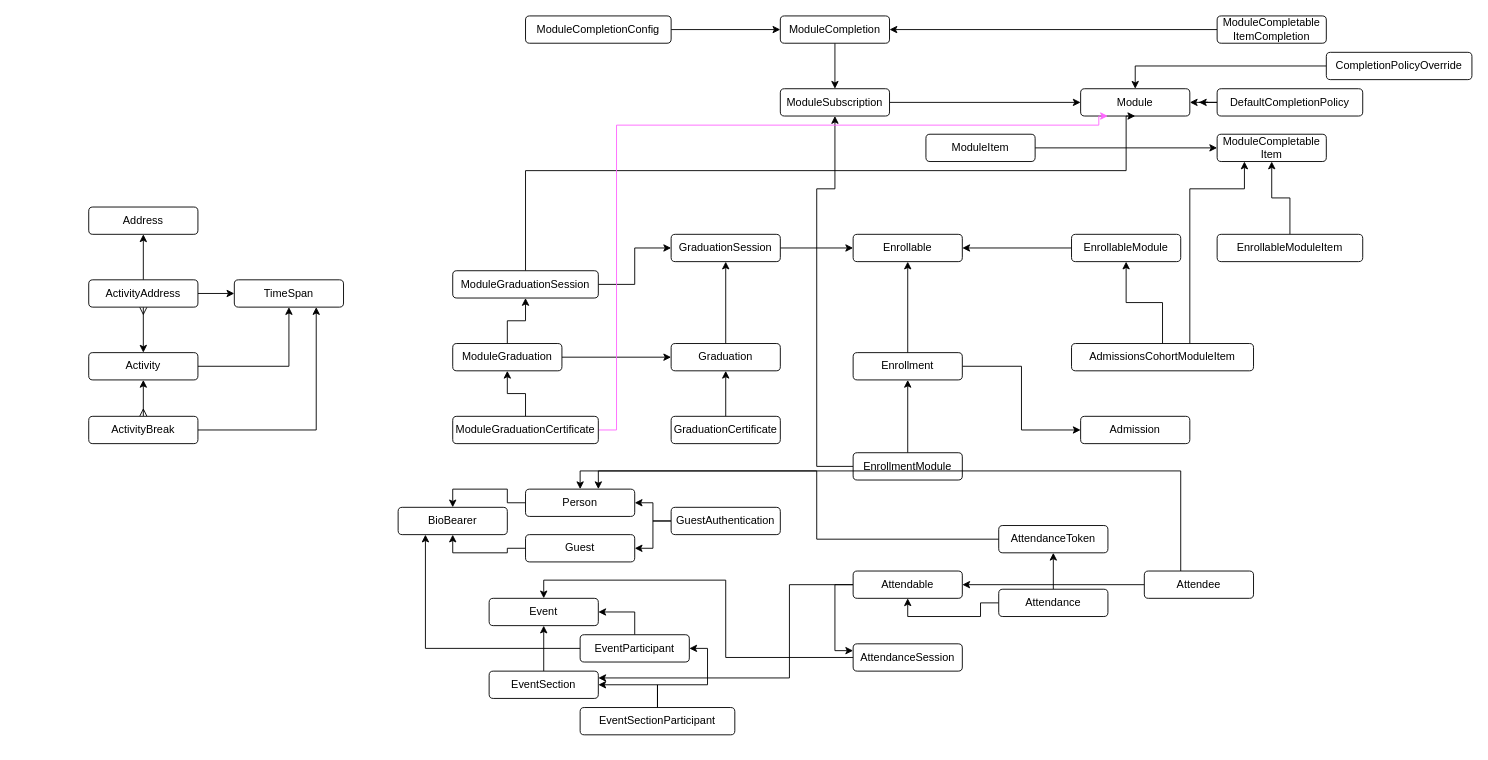
This is Untitled Diagram.drawio from nana-essah/data-abstractions, a draw.io file, before an edit. Source tidied: cells renumbered, new cells numbered last; positions are measured from the earlier drawing's top-left corner, leaving out a move shared by most shapes. Both pictures are drawn from the tidied source at 91%, with x=0, y=0 at pixel (88, 15).
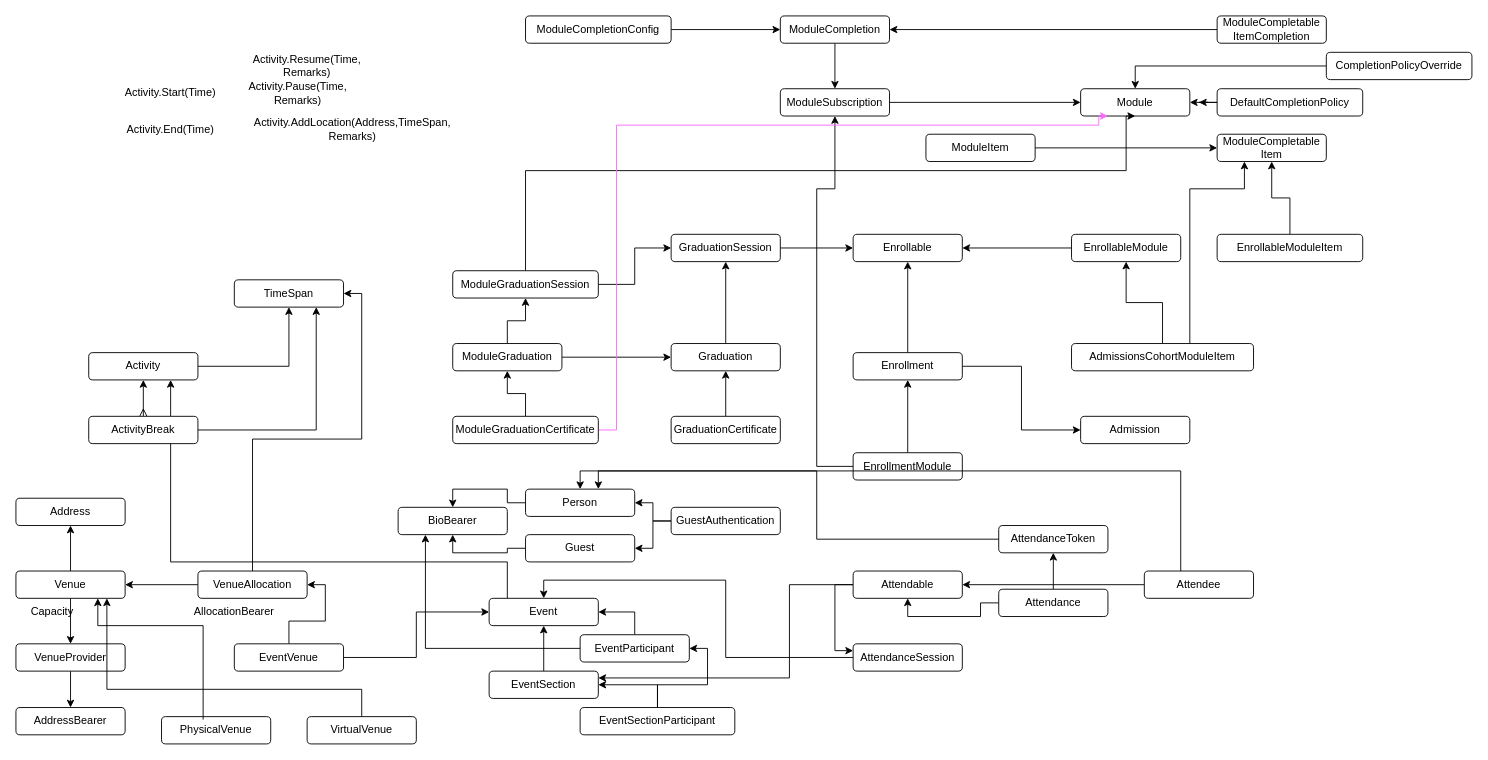
After the change.

The change refers to these unchanged cells:
```xml
<mxCell id="58" value="Event" style="rounded=1;whiteSpace=wrap;html=1;" parent="1" vertex="1">
  <mxGeometry x="440" y="640" width="120" height="30" as="geometry" />
</mxCell>
<mxCell id="80" value="Activity" style="rounded=1;whiteSpace=wrap;html=1;" parent="1" vertex="1">
  <mxGeometry y="370" width="120" height="30" as="geometry" />
</mxCell>
<mxCell id="88" value="TimeSpan" style="rounded=1;whiteSpace=wrap;html=1;" parent="1" vertex="1">
  <mxGeometry x="160" y="290" width="120" height="30" as="geometry" />
</mxCell>
```

The edit, as a diff of the source:
```diff
@@
+    <mxCell id="90" style="edgeStyle=orthogonalEdgeStyle;rounded=0;jettySize=auto;html=1;entryX=0.75;entryY=1;entryDx=0;entryDy=0;" parent="1" edge="1" source="58" target="80">
+      <mxGeometry relative="1" as="geometry">
+        <Array as="points">
+          <mxPoint x="460" y="600" />
+          <mxPoint x="90" y="600" />
+        </Array>
+      </mxGeometry>
+    </mxCell>
@@
-    <mxCell id="84" style="edgeStyle=orthogonalEdgeStyle;rounded=0;jettySize=auto;html=1;entryX=0.5;entryY=0;entryDx=0;entryDy=0;startArrow=ERmany;startFill=0;" parent="1" edge="1" source="87" target="80">
-      <mxGeometry relative="1" as="geometry" />
-    </mxCell>
-    <mxCell id="85" style="edgeStyle=orthogonalEdgeStyle;rounded=0;jettySize=auto;html=1;entryX=0;entryY=0.5;entryDx=0;entryDy=0;" parent="1" edge="1" source="87" target="88">
-      <mxGeometry relative="1" as="geometry" />
-    </mxCell>
-    <mxCell id="86" style="edgeStyle=orthogonalEdgeStyle;rounded=0;jettySize=auto;html=1;" parent="1" edge="1" source="87" target="89">
-      <mxGeometry relative="1" as="geometry" />
-    </mxCell>
-    <mxCell id="87" value="ActivityAddress" style="rounded=1;whiteSpace=wrap;html=1;" parent="1" vertex="1">
-      <mxGeometry y="290" width="120" height="30" as="geometry" />
-    </mxCell>
@@
+    <mxCell id="91" value="Activity.Start(Time)" style="text;html=1;align=center;verticalAlign=middle;whiteSpace=wrap;rounded=0;" parent="1" vertex="1">
+      <mxGeometry x="20" y="70" width="140" height="30" as="geometry" />
+    </mxCell>
+    <mxCell id="92" value="Activity.End(Time)" style="text;html=1;align=center;verticalAlign=middle;whiteSpace=wrap;rounded=0;" parent="1" vertex="1">
+      <mxGeometry x="20" y="110" width="140" height="30" as="geometry" />
+    </mxCell>
+    <mxCell id="93" value="Activity.Pause(Time, Remarks)" style="text;html=1;align=center;verticalAlign=middle;whiteSpace=wrap;rounded=0;" parent="1" vertex="1">
+      <mxGeometry x="160" y="70" width="140" height="30" as="geometry" />
+    </mxCell>
+    <mxCell id="94" value="Activity.Resume(Time, Remarks)" style="text;html=1;align=center;verticalAlign=middle;whiteSpace=wrap;rounded=0;" parent="1" vertex="1">
+      <mxGeometry x="170" y="40" width="140" height="30" as="geometry" />
+    </mxCell>
+    <mxCell id="95" value="Activity.AddLocation(Address,TimeSpan, Remarks)" style="text;html=1;align=center;verticalAlign=middle;whiteSpace=wrap;rounded=0;" parent="1" vertex="1">
+      <mxGeometry x="220" y="110" width="140" height="30" as="geometry" />
+    </mxCell>
+    <mxCell id="96" style="edgeStyle=orthogonalEdgeStyle;rounded=0;jettySize=auto;html=1;entryX=0.5;entryY=1;entryDx=0;entryDy=0;" parent="1" edge="1" source="98" target="89">
+      <mxGeometry relative="1" as="geometry" />
+    </mxCell>
+    <mxCell id="97" style="edgeStyle=orthogonalEdgeStyle;rounded=0;jettySize=auto;html=1;entryX=0.5;entryY=0;entryDx=0;entryDy=0;" parent="1" edge="1" source="98" target="105">
+      <mxGeometry relative="1" as="geometry" />
+    </mxCell>
+    <mxCell id="98" value="Venue" style="rounded=1;whiteSpace=wrap;html=1;" parent="1" vertex="1">
+      <mxGeometry x="-80" y="610" width="120" height="30" as="geometry" />
+    </mxCell>
+    <mxCell id="99" style="edgeStyle=orthogonalEdgeStyle;rounded=0;jettySize=auto;html=1;entryX=1;entryY=0.5;entryDx=0;entryDy=0;" parent="1" edge="1" source="101" target="88">
+      <mxGeometry relative="1" as="geometry" />
+    </mxCell>
+    <mxCell id="100" style="edgeStyle=orthogonalEdgeStyle;rounded=0;jettySize=auto;html=1;" parent="1" edge="1" source="101" target="98">
+      <mxGeometry relative="1" as="geometry" />
+    </mxCell>
+    <mxCell id="101" value="VenueAllocation" style="rounded=1;whiteSpace=wrap;html=1;" parent="1" vertex="1">
+      <mxGeometry x="120" y="610" width="120" height="30" as="geometry" />
+    </mxCell>
     <mxCell id="89" value="Address" style="rounded=1;whiteSpace=wrap;html=1;" parent="1" vertex="1">
-      <mxGeometry y="210" width="120" height="30" as="geometry" />
+      <mxGeometry x="-80" y="530" width="120" height="30" as="geometry" />
     </mxCell>
+    <mxCell id="102" value="Capacity" style="text;html=1;align=center;verticalAlign=middle;whiteSpace=wrap;rounded=0;" parent="1" vertex="1">
+      <mxGeometry x="-70" y="640" width="60" height="30" as="geometry" />
+    </mxCell>
+    <mxCell id="103" value="AllocationBearer" style="text;html=1;align=center;verticalAlign=middle;whiteSpace=wrap;rounded=0;" parent="1" vertex="1">
+      <mxGeometry x="130" y="640" width="60" height="30" as="geometry" />
+    </mxCell>
+    <mxCell id="104" style="edgeStyle=orthogonalEdgeStyle;rounded=0;jettySize=auto;html=1;" parent="1" edge="1" source="105" target="109">
+      <mxGeometry relative="1" as="geometry" />
+    </mxCell>
+    <mxCell id="105" value="VenueProvider" style="rounded=1;whiteSpace=wrap;html=1;" parent="1" vertex="1">
+      <mxGeometry x="-80" y="690" width="120" height="30" as="geometry" />
+    </mxCell>
+    <mxCell id="106" style="edgeStyle=orthogonalEdgeStyle;rounded=0;jettySize=auto;html=1;entryX=1;entryY=0.5;entryDx=0;entryDy=0;" parent="1" edge="1" source="108" target="101">
+      <mxGeometry relative="1" as="geometry" />
+    </mxCell>
+    <mxCell id="107" style="edgeStyle=orthogonalEdgeStyle;rounded=0;jettySize=auto;html=1;entryX=0;entryY=0.5;entryDx=0;entryDy=0;" parent="1" edge="1" source="108" target="58">
+      <mxGeometry relative="1" as="geometry" />
+    </mxCell>
+    <mxCell id="108" value="EventVenue" style="rounded=1;whiteSpace=wrap;html=1;" parent="1" vertex="1">
+      <mxGeometry x="160" y="690" width="120" height="30" as="geometry" />
+    </mxCell>
+    <mxCell id="109" value="AddressBearer" style="rounded=1;whiteSpace=wrap;html=1;" parent="1" vertex="1">
+      <mxGeometry x="-80" y="760" width="120" height="30" as="geometry" />
+    </mxCell>
+    <mxCell id="110" value="PhysicalVenue" style="rounded=1;whiteSpace=wrap;html=1;" parent="1" vertex="1">
+      <mxGeometry x="80" y="770" width="120" height="30" as="geometry" />
+    </mxCell>
+    <mxCell id="111" value="VirtualVenue" style="rounded=1;whiteSpace=wrap;html=1;" parent="1" vertex="1">
+      <mxGeometry x="240" y="770" width="120" height="30" as="geometry" />
+    </mxCell>
+    <mxCell id="112" style="edgeStyle=orthogonalEdgeStyle;rounded=0;jettySize=auto;html=1;entryX=0.381;entryY=0.108;entryDx=0;entryDy=0;entryPerimeter=0;startArrow=classic;startFill=1;endArrow=none;endFill=0;" parent="1" edge="1" source="98" target="110">
+      <mxGeometry relative="1" as="geometry">
+        <Array as="points">
+          <mxPoint x="10" y="670" />
+          <mxPoint x="126" y="670" />
+        </Array>
+      </mxGeometry>
+    </mxCell>
+    <mxCell id="113" style="edgeStyle=orthogonalEdgeStyle;rounded=0;jettySize=auto;html=1;entryX=0.833;entryY=1;entryDx=0;entryDy=0;entryPerimeter=0;" parent="1" edge="1" source="111" target="98">
+      <mxGeometry relative="1" as="geometry">
+        <Array as="points">
+          <mxPoint x="300" y="740" />
+          <mxPoint x="20" y="740" />
+        </Array>
+      </mxGeometry>
+    </mxCell>
```
